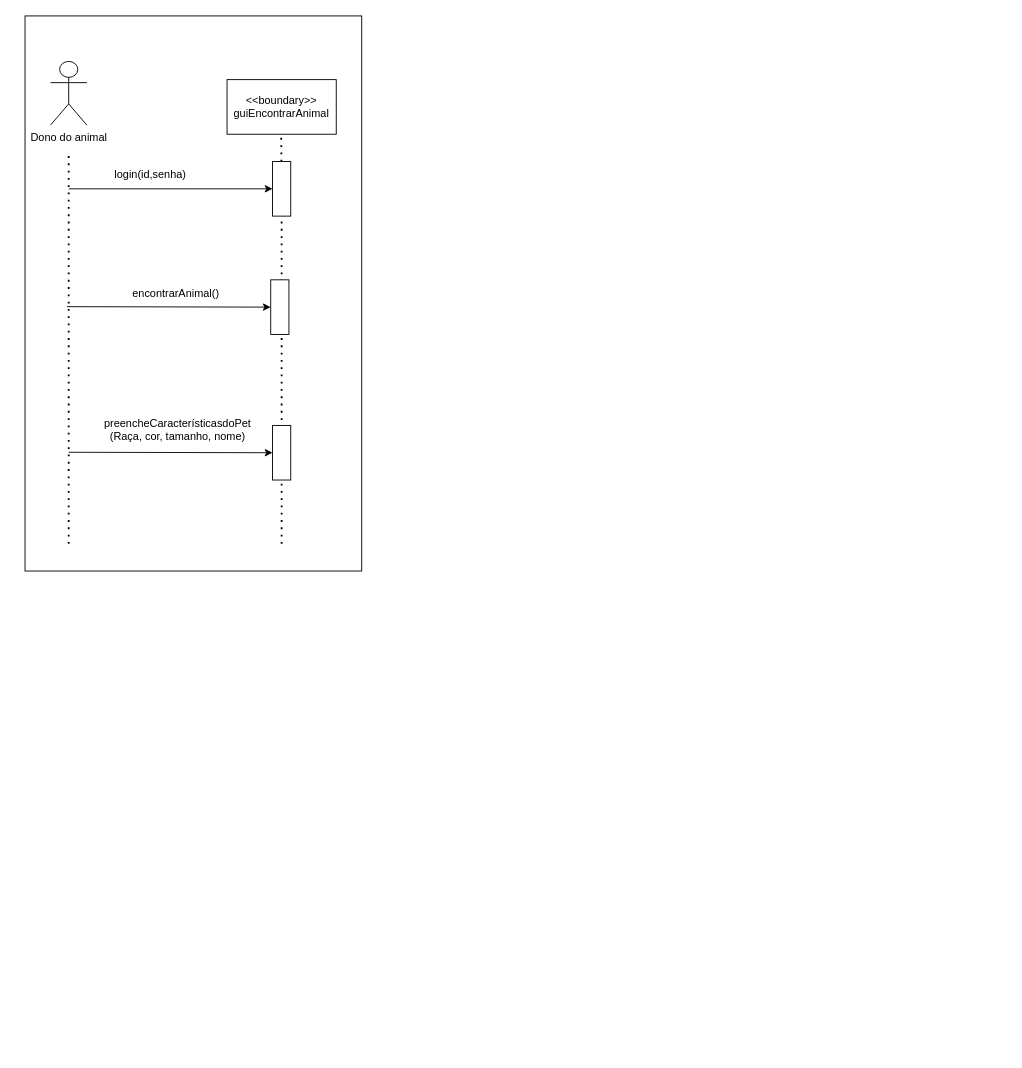
Above: Encontraranimalperdido.drawio in Enrico258/Projeto-de-Software (draw.io), before the change. Source tidied: cells renumbered, new cells numbered last; positions are measured from the earlier drawing's top-left corner, leaving out a move shared by most shapes. Both pictures are drawn from the tidied source at 91%, with x=0, y=0 at pixel (25, 15).
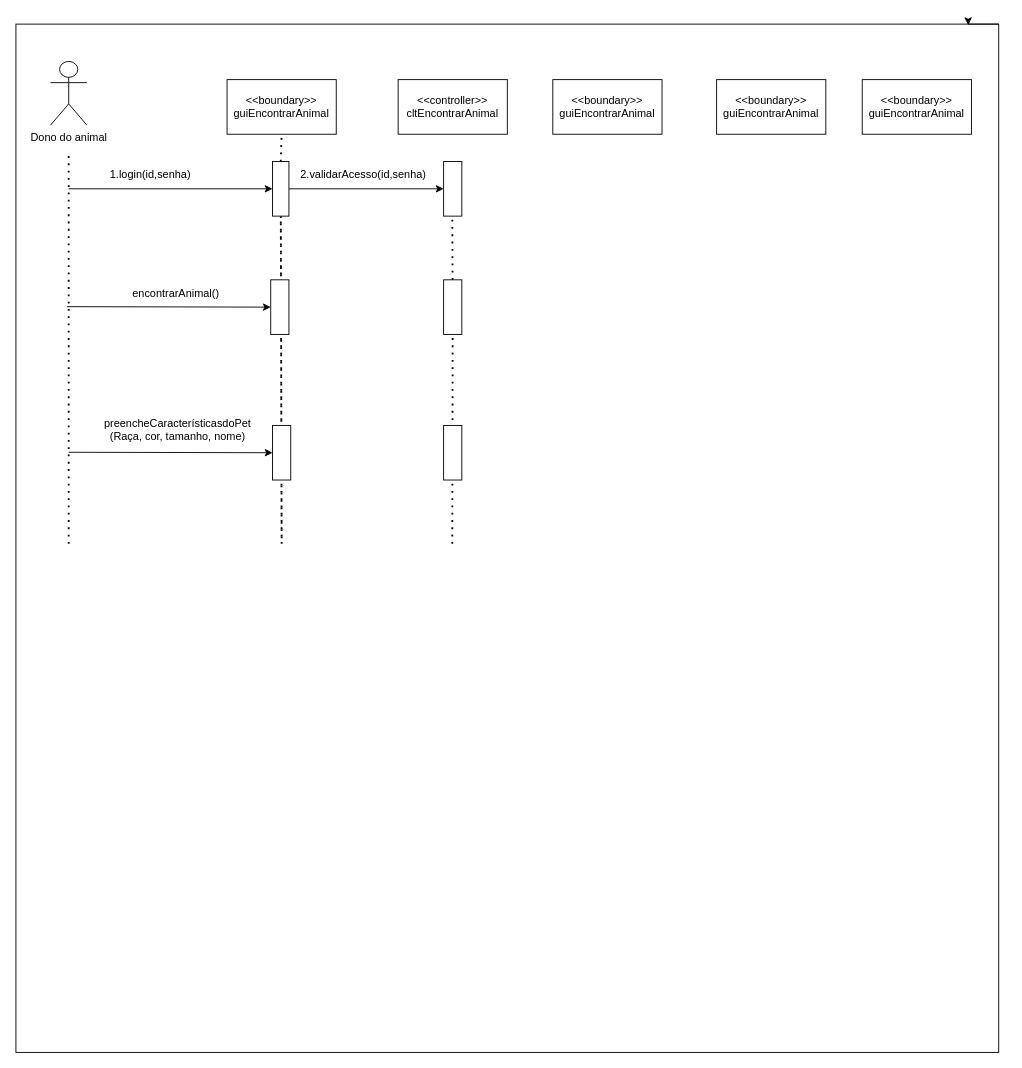
Above is the later version.

The change refers to these unchanged cells:
```xml
<mxCell id="4" value="&amp;lt;&amp;lt;boundary&amp;gt;&amp;gt;&lt;br&gt;guiEncontrarAnimal" style="rounded=0;whiteSpace=wrap;html=1;" parent="1" vertex="1">
  <mxGeometry x="222" y="70" width="120" height="60" as="geometry" />
</mxCell>
```

Change to the diagram source:
```diff
@@
     <mxCell id="2" style="rounded=0;whiteSpace=wrap;html=1;" parent="1" vertex="1">
-      <mxGeometry width="370" height="610" as="geometry" />
+      <mxGeometry x="-10" y="9" width="1080" height="1130" as="geometry" />
     </mxCell>
@@
     <mxCell id="6" style="endArrow=none;dashed=1;html=1;dashPattern=1 3;strokeWidth=2;rounded=0;" parent="1" edge="1" source="8">
       <mxGeometry relative="1" as="geometry">
-        <mxPoint x="281.5" y="130" as="targetPoint" />
+        <mxPoint x="282" y="580" as="targetPoint" />
       </mxGeometry>
     </mxCell>
@@
+    <mxCell id="17" style="edgeStyle=orthogonalEdgeStyle;rounded=0;jettySize=auto;html=1;entryX=0;entryY=0.5;entryDx=0;entryDy=0;" parent="1" edge="1" source="8" target="23">
+      <mxGeometry relative="1" as="geometry" />
+    </mxCell>
     <mxCell id="8" style="rounded=0;whiteSpace=wrap;html=1;" parent="1" vertex="1">
-      <mxGeometry x="272" y="160" width="20" height="60" as="geometry" />
+      <mxGeometry x="272" y="160" width="18" height="60" as="geometry" />
     </mxCell>
@@
-    <mxCell id="12" value="login(id,senha)" style="text;html=1;strokeColor=none;fillColor=none;align=center;verticalAlign=middle;whiteSpace=wrap;rounded=0;" parent="1" vertex="1">
+    <mxCell id="12" value="1.login(id,senha)" style="text;html=1;strokeColor=none;fillColor=none;align=center;verticalAlign=middle;whiteSpace=wrap;rounded=0;" parent="1" vertex="1">
       <mxGeometry x="108" y="160" width="60" height="30" as="geometry" />
     </mxCell>
@@
+    <mxCell id="18" style="edgeStyle=orthogonalEdgeStyle;rounded=0;orthogonalLoop=1;jettySize=auto;html=1;exitX=1;exitY=0;exitDx=0;exitDy=0;entryX=0.969;entryY=0.001;entryDx=0;entryDy=0;entryPerimeter=0;" parent="1" edge="1" source="2" target="2">
+      <mxGeometry relative="1" as="geometry" />
+    </mxCell>
+    <mxCell id="19" value="&amp;lt;&amp;lt;controller&amp;gt;&amp;gt;&lt;br&gt;cltEncontrarAnimal" style="rounded=0;whiteSpace=wrap;html=1;" parent="1" vertex="1">
+      <mxGeometry x="410" y="70" width="120" height="60" as="geometry" />
+    </mxCell>
+    <mxCell id="20" value="&amp;lt;&amp;lt;boundary&amp;gt;&amp;gt;&lt;br&gt;guiEncontrarAnimal" style="rounded=0;whiteSpace=wrap;html=1;" parent="1" vertex="1">
+      <mxGeometry x="580" y="70" width="120" height="60" as="geometry" />
+    </mxCell>
+    <mxCell id="21" value="&amp;lt;&amp;lt;boundary&amp;gt;&amp;gt;&lt;br&gt;guiEncontrarAnimal" style="rounded=0;whiteSpace=wrap;html=1;" parent="1" vertex="1">
+      <mxGeometry x="760" y="70" width="120" height="60" as="geometry" />
+    </mxCell>
+    <mxCell id="22" value="&amp;lt;&amp;lt;boundary&amp;gt;&amp;gt;&lt;br&gt;guiEncontrarAnimal" style="rounded=0;whiteSpace=wrap;html=1;" parent="1" vertex="1">
+      <mxGeometry x="920" y="70" width="120" height="60" as="geometry" />
+    </mxCell>
+    <mxCell id="23" style="rounded=0;whiteSpace=wrap;html=1;" parent="1" vertex="1">
+      <mxGeometry x="460" y="160" width="20" height="60" as="geometry" />
+    </mxCell>
+    <mxCell id="24" style="endArrow=none;dashed=1;html=1;dashPattern=1 3;strokeWidth=2;rounded=0;" parent="1" edge="1" source="26">
+      <mxGeometry relative="1" as="geometry">
+        <mxPoint x="469.5" y="220" as="targetPoint" />
+      </mxGeometry>
+    </mxCell>
+    <mxCell id="25" style="endArrow=none;dashed=1;html=1;dashPattern=1 3;strokeWidth=2;rounded=0;" parent="1" edge="1" target="26">
+      <mxGeometry relative="1" as="geometry">
+        <mxPoint x="469.5" y="580" as="sourcePoint" />
+      </mxGeometry>
+    </mxCell>
+    <mxCell id="26" style="rounded=0;whiteSpace=wrap;html=1;" parent="1" vertex="1">
+      <mxGeometry x="460" y="290" width="20" height="60" as="geometry" />
+    </mxCell>
+    <mxCell id="27" style="rounded=0;whiteSpace=wrap;html=1;" parent="1" vertex="1">
+      <mxGeometry x="460" y="450" width="20" height="60" as="geometry" />
+    </mxCell>
+    <mxCell id="28" value="2.validarAcesso(id,senha)" style="text;html=1;strokeColor=none;fillColor=none;align=center;verticalAlign=middle;whiteSpace=wrap;rounded=0;" parent="1" vertex="1">
+      <mxGeometry x="342" y="160" width="60" height="30" as="geometry" />
+    </mxCell>
+    <mxCell id="29" style="endArrow=none;dashed=1;html=1;dashPattern=1 3;strokeWidth=2;rounded=0;exitX=0.5;exitY=0;exitDx=0;exitDy=0;entryX=0.5;entryY=1;entryDx=0;entryDy=0;" parent="1" edge="1" source="8" target="4">
+      <mxGeometry relative="1" as="geometry" />
+    </mxCell>
```
